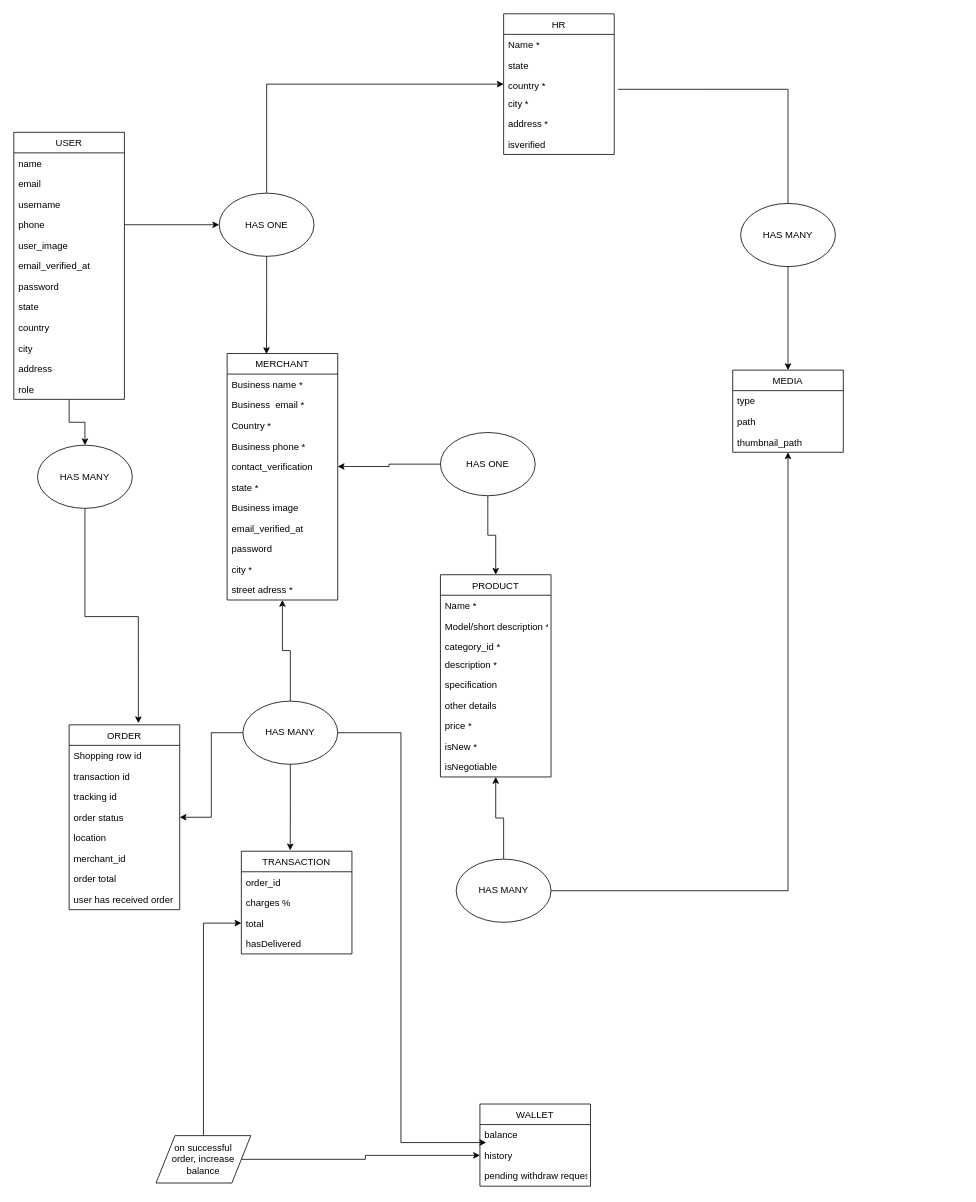
Earlier version of the draw.io diagram draft.drawio (MoshoodRafiu/agentbrainbox). Source tidied: cells renumbered, new cells numbered last; positions are measured from the earlier drawing's top-left corner, leaving out a move shared by most shapes. Both pictures are drawn from the tidied source at 79%, with x=0, y=0 at pixel (13, 13).
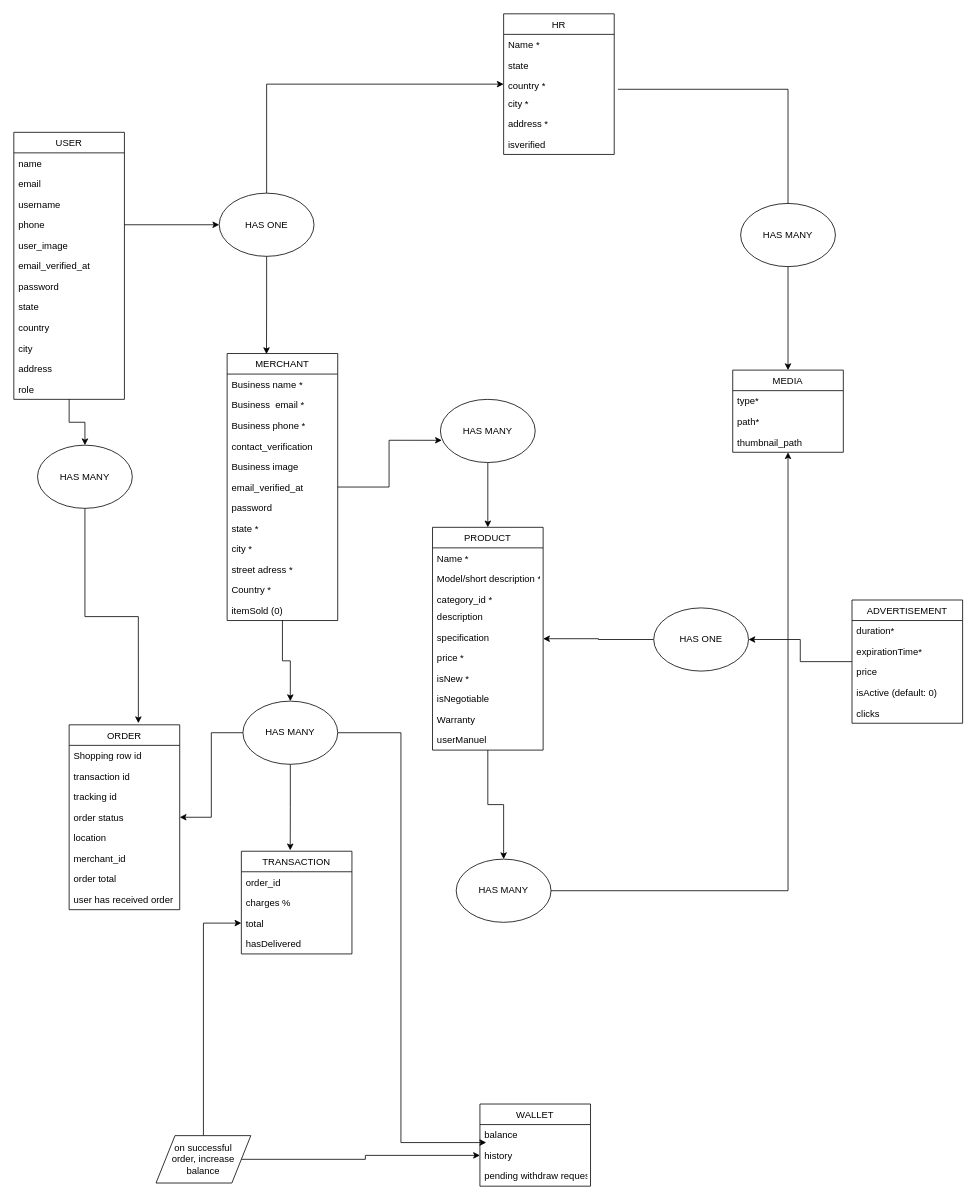
The same diagram, later.

The change refers to these unchanged cells:
```xml
<mxCell id="53" value="HAS MANY" style="ellipse;whiteSpace=wrap;html=1;" parent="1" vertex="1">
  <mxGeometry x="560" y="1070" width="120" height="80" as="geometry" />
</mxCell>
<mxCell id="54" value="MEDIA" style="swimlane;fontStyle=0;horizontal=1;startSize=26;fillColor=none;" parent="1" vertex="1">
  <mxGeometry x="910" y="451" width="140" height="104" as="geometry" />
</mxCell>
<mxCell id="75" value="HAS MANY" style="ellipse;whiteSpace=wrap;html=1;" parent="1" vertex="1">
  <mxGeometry x="290" y="870" width="120" height="80" as="geometry" />
</mxCell>
```

Change to the diagram source:
```diff
@@
+    <mxCell id="89" style="edgeStyle=orthogonalEdgeStyle;rounded=0;jettySize=auto;html=1;entryX=0.015;entryY=0.648;entryDx=0;entryDy=0;entryPerimeter=0;" parent="1" edge="1" source="19" target="33">
+      <mxGeometry relative="1" as="geometry" />
+    </mxCell>
+    <mxCell id="90" style="edgeStyle=orthogonalEdgeStyle;rounded=0;jettySize=auto;html=1;" parent="1" edge="1" source="19" target="75">
+      <mxGeometry relative="1" as="geometry" />
+    </mxCell>
     <mxCell id="19" value="MERCHANT" style="swimlane;fontStyle=0;horizontal=1;startSize=26;fillColor=none;" parent="1" vertex="1">
-      <mxGeometry x="270" y="430" width="140" height="312" as="geometry" />
+      <mxGeometry x="270" y="430" width="140" height="338" as="geometry" />
     </mxCell>
@@
-    <mxCell id="22" value="Country *" style="text;strokeColor=none;fillColor=none;align=left;verticalAlign=top;spacingLeft=4;spacingRight=4;overflow=hidden;" parent="19" vertex="1">
-      <mxGeometry y="78" width="140" height="26" as="geometry" />
-    </mxCell>
     <mxCell id="23" value="Business phone *" style="text;strokeColor=none;fillColor=none;align=left;verticalAlign=top;spacingLeft=4;spacingRight=4;overflow=hidden;" parent="19" vertex="1">
-      <mxGeometry y="104" width="140" height="26" as="geometry" />
+      <mxGeometry y="78" width="140" height="26" as="geometry" />
     </mxCell>
     <mxCell id="24" value="contact_verification&#10;" style="text;strokeColor=none;fillColor=none;align=left;verticalAlign=top;spacingLeft=4;spacingRight=4;overflow=hidden;points=[[0,0.5],[1,0.5]];portConstraint=eastwest;" parent="19" vertex="1">
-      <mxGeometry y="130" width="140" height="26" as="geometry" />
+      <mxGeometry y="104" width="140" height="26" as="geometry" />
     </mxCell>
-    <mxCell id="25" value="state *" style="text;strokeColor=none;fillColor=none;align=left;verticalAlign=top;spacingLeft=4;spacingRight=4;overflow=hidden;" parent="19" vertex="1">
-      <mxGeometry y="156" width="140" height="26" as="geometry" />
-    </mxCell>
     <mxCell id="26" value="Business image&#10;" style="text;strokeColor=none;fillColor=none;align=left;verticalAlign=top;spacingLeft=4;spacingRight=4;overflow=hidden;" parent="19" vertex="1">
-      <mxGeometry y="182" width="140" height="26" as="geometry" />
+      <mxGeometry y="130" width="140" height="26" as="geometry" />
     </mxCell>
     <mxCell id="27" value="email_verified_at&#10;" style="text;strokeColor=none;fillColor=none;align=left;verticalAlign=top;spacingLeft=4;spacingRight=4;overflow=hidden;" parent="19" vertex="1">
-      <mxGeometry y="208" width="140" height="26" as="geometry" />
+      <mxGeometry y="156" width="140" height="26" as="geometry" />
     </mxCell>
     <mxCell id="28" value="password" style="text;strokeColor=none;fillColor=none;align=left;verticalAlign=top;spacingLeft=4;spacingRight=4;overflow=hidden;" parent="19" vertex="1">
-      <mxGeometry y="234" width="140" height="26" as="geometry" />
+      <mxGeometry y="182" width="140" height="26" as="geometry" />
     </mxCell>
+    <mxCell id="25" value="state *" style="text;strokeColor=none;fillColor=none;align=left;verticalAlign=top;spacingLeft=4;spacingRight=4;overflow=hidden;" parent="19" vertex="1">
+      <mxGeometry y="208" width="140" height="26" as="geometry" />
+    </mxCell>
     <mxCell id="29" value="city *" style="text;strokeColor=none;fillColor=none;align=left;verticalAlign=top;spacingLeft=4;spacingRight=4;overflow=hidden;" parent="19" vertex="1">
-      <mxGeometry y="260" width="140" height="26" as="geometry" />
+      <mxGeometry y="234" width="140" height="26" as="geometry" />
     </mxCell>
     <mxCell id="30" value="street adress *" style="text;strokeColor=none;fillColor=none;align=left;verticalAlign=top;spacingLeft=4;spacingRight=4;overflow=hidden;" parent="19" vertex="1">
-      <mxGeometry y="286" width="140" height="26" as="geometry" />
+      <mxGeometry y="260" width="140" height="26" as="geometry" />
     </mxCell>
-    <mxCell id="31" style="edgeStyle=orthogonalEdgeStyle;rounded=0;jettySize=auto;html=1;entryX=1;entryY=0.5;entryDx=0;entryDy=0;" parent="1" edge="1" source="33" target="24">
-      <mxGeometry relative="1" as="geometry" />
-    </mxCell>
+    <mxCell id="22" value="Country *" style="text;strokeColor=none;fillColor=none;align=left;verticalAlign=top;spacingLeft=4;spacingRight=4;overflow=hidden;" parent="19" vertex="1">
+      <mxGeometry y="286" width="140" height="26" as="geometry" />
+    </mxCell>
+    <mxCell id="91" value="itemSold (0)" style="text;strokeColor=none;fillColor=none;align=left;verticalAlign=top;spacingLeft=4;spacingRight=4;overflow=hidden;" parent="19" vertex="1">
+      <mxGeometry y="312" width="140" height="26" as="geometry" />
+    </mxCell>
@@
-    <mxCell id="33" value="HAS ONE" style="ellipse;whiteSpace=wrap;html=1;" parent="1" vertex="1">
-      <mxGeometry x="540" y="530" width="120" height="80" as="geometry" />
+    <mxCell id="33" value="HAS MANY" style="ellipse;whiteSpace=wrap;html=1;" parent="1" vertex="1">
+      <mxGeometry x="540" y="488" width="120" height="80" as="geometry" />
     </mxCell>
@@
-    <mxCell id="41" value="PRODUCT" style="swimlane;fontStyle=0;horizontal=1;startSize=26;fillColor=none;" parent="1" vertex="1">
-      <mxGeometry x="540" y="710" width="140" height="256" as="geometry" />
-    </mxCell>
-    <mxCell id="42" value="Name *" style="text;strokeColor=none;fillColor=none;align=left;verticalAlign=top;spacingLeft=4;spacingRight=4;overflow=hidden;" parent="41" vertex="1">
-      <mxGeometry y="26" width="140" height="26" as="geometry" />
-    </mxCell>
-    <mxCell id="43" value="Model/short description *" style="text;strokeColor=none;fillColor=none;align=left;verticalAlign=top;spacingLeft=4;spacingRight=4;overflow=hidden;" parent="41" vertex="1">
-      <mxGeometry y="52" width="140" height="26" as="geometry" />
-    </mxCell>
-    <mxCell id="44" value="category_id *" style="text;strokeColor=none;fillColor=none;align=left;verticalAlign=top;spacingLeft=4;spacingRight=4;overflow=hidden;" parent="41" vertex="1">
-      <mxGeometry y="78" width="140" height="22" as="geometry" />
-    </mxCell>
-    <mxCell id="45" value="description *" style="text;strokeColor=none;fillColor=none;align=left;verticalAlign=top;spacingLeft=4;spacingRight=4;overflow=hidden;" parent="41" vertex="1">
-      <mxGeometry y="100" width="140" height="26" as="geometry" />
-    </mxCell>
-    <mxCell id="46" value="specification" style="text;strokeColor=none;fillColor=none;align=left;verticalAlign=top;spacingLeft=4;spacingRight=4;overflow=hidden;" parent="41" vertex="1">
-      <mxGeometry y="126" width="140" height="26" as="geometry" />
-    </mxCell>
-    <mxCell id="47" value="other details" style="text;strokeColor=none;fillColor=none;align=left;verticalAlign=top;spacingLeft=4;spacingRight=4;overflow=hidden;" parent="41" vertex="1">
-      <mxGeometry y="152" width="140" height="26" as="geometry" />
-    </mxCell>
-    <mxCell id="48" value="price *" style="text;strokeColor=none;fillColor=none;align=left;verticalAlign=top;spacingLeft=4;spacingRight=4;overflow=hidden;" parent="41" vertex="1">
-      <mxGeometry y="178" width="140" height="26" as="geometry" />
-    </mxCell>
-    <mxCell id="49" value="isNew *" style="text;strokeColor=none;fillColor=none;align=left;verticalAlign=top;spacingLeft=4;spacingRight=4;overflow=hidden;" parent="41" vertex="1">
-      <mxGeometry y="204" width="140" height="26" as="geometry" />
-    </mxCell>
-    <mxCell id="50" value="isNegotiable" style="text;strokeColor=none;fillColor=none;align=left;verticalAlign=top;spacingLeft=4;spacingRight=4;overflow=hidden;" parent="41" vertex="1">
-      <mxGeometry y="230" width="140" height="26" as="geometry" />
-    </mxCell>
-    <mxCell id="51" style="edgeStyle=orthogonalEdgeStyle;rounded=0;jettySize=auto;html=1;" parent="1" edge="1" source="53" target="41">
-      <mxGeometry relative="1" as="geometry" />
-    </mxCell>
@@
-    <mxCell id="55" value="type" style="text;strokeColor=none;fillColor=none;align=left;verticalAlign=top;spacingLeft=4;spacingRight=4;overflow=hidden;" parent="54" vertex="1">
+    <mxCell id="55" value="type*" style="text;strokeColor=none;fillColor=none;align=left;verticalAlign=top;spacingLeft=4;spacingRight=4;overflow=hidden;" parent="54" vertex="1">
       <mxGeometry y="26" width="140" height="26" as="geometry" />
     </mxCell>
-    <mxCell id="56" value="path" style="text;strokeColor=none;fillColor=none;align=left;verticalAlign=top;spacingLeft=4;spacingRight=4;overflow=hidden;" parent="54" vertex="1">
+    <mxCell id="56" value="path*" style="text;strokeColor=none;fillColor=none;align=left;verticalAlign=top;spacingLeft=4;spacingRight=4;overflow=hidden;" parent="54" vertex="1">
       <mxGeometry y="52" width="140" height="26" as="geometry" />
     </mxCell>
@@
-    <mxCell id="71" style="edgeStyle=orthogonalEdgeStyle;rounded=0;jettySize=auto;html=1;" parent="1" edge="1" source="75" target="19">
-      <mxGeometry relative="1" as="geometry" />
-    </mxCell>
@@
+    <mxCell id="92" style="edgeStyle=orthogonalEdgeStyle;rounded=0;jettySize=auto;html=1;entryX=0.5;entryY=0;entryDx=0;entryDy=0;" parent="1" edge="1" source="41" target="53">
+      <mxGeometry relative="1" as="geometry" />
+    </mxCell>
+    <mxCell id="41" value="PRODUCT" style="swimlane;fontStyle=0;horizontal=1;startSize=26;fillColor=none;" parent="1" vertex="1">
+      <mxGeometry x="530" y="650" width="140" height="282" as="geometry" />
+    </mxCell>
+    <mxCell id="42" value="Name *" style="text;strokeColor=none;fillColor=none;align=left;verticalAlign=top;spacingLeft=4;spacingRight=4;overflow=hidden;" parent="41" vertex="1">
+      <mxGeometry y="26" width="140" height="26" as="geometry" />
+    </mxCell>
+    <mxCell id="43" value="Model/short description *" style="text;strokeColor=none;fillColor=none;align=left;verticalAlign=top;spacingLeft=4;spacingRight=4;overflow=hidden;" parent="41" vertex="1">
+      <mxGeometry y="52" width="140" height="26" as="geometry" />
+    </mxCell>
+    <mxCell id="44" value="category_id *" style="text;strokeColor=none;fillColor=none;align=left;verticalAlign=top;spacingLeft=4;spacingRight=4;overflow=hidden;" parent="41" vertex="1">
+      <mxGeometry y="78" width="140" height="22" as="geometry" />
+    </mxCell>
+    <mxCell id="45" value="description " style="text;strokeColor=none;fillColor=none;align=left;verticalAlign=top;spacingLeft=4;spacingRight=4;overflow=hidden;" parent="41" vertex="1">
+      <mxGeometry y="100" width="140" height="26" as="geometry" />
+    </mxCell>
+    <mxCell id="46" value="specification" style="text;strokeColor=none;fillColor=none;align=left;verticalAlign=top;spacingLeft=4;spacingRight=4;overflow=hidden;" parent="41" vertex="1">
+      <mxGeometry y="126" width="140" height="26" as="geometry" />
+    </mxCell>
+    <mxCell id="48" value="price *" style="text;strokeColor=none;fillColor=none;align=left;verticalAlign=top;spacingLeft=4;spacingRight=4;overflow=hidden;" parent="41" vertex="1">
+      <mxGeometry y="152" width="140" height="26" as="geometry" />
+    </mxCell>
+    <mxCell id="49" value="isNew *" style="text;strokeColor=none;fillColor=none;align=left;verticalAlign=top;spacingLeft=4;spacingRight=4;overflow=hidden;" parent="41" vertex="1">
+      <mxGeometry y="178" width="140" height="26" as="geometry" />
+    </mxCell>
+    <mxCell id="50" value="isNegotiable" style="text;strokeColor=none;fillColor=none;align=left;verticalAlign=top;spacingLeft=4;spacingRight=4;overflow=hidden;" parent="41" vertex="1">
+      <mxGeometry y="204" width="140" height="26" as="geometry" />
+    </mxCell>
+    <mxCell id="93" value="Warranty" style="text;strokeColor=none;fillColor=none;align=left;verticalAlign=top;spacingLeft=4;spacingRight=4;overflow=hidden;" parent="41" vertex="1">
+      <mxGeometry y="230" width="140" height="26" as="geometry" />
+    </mxCell>
+    <mxCell id="94" value="userManuel" style="text;strokeColor=none;fillColor=none;align=left;verticalAlign=top;spacingLeft=4;spacingRight=4;overflow=hidden;" parent="41" vertex="1">
+      <mxGeometry y="256" width="140" height="26" as="geometry" />
+    </mxCell>
@@
+    <mxCell id="95" style="edgeStyle=orthogonalEdgeStyle;rounded=0;jettySize=auto;html=1;" parent="1" edge="1" source="96" target="103">
+      <mxGeometry relative="1" as="geometry" />
+    </mxCell>
+    <mxCell id="96" value="ADVERTISEMENT" style="swimlane;fontStyle=0;horizontal=1;startSize=26;fillColor=none;" parent="1" vertex="1">
+      <mxGeometry x="1061" y="742" width="140" height="156" as="geometry" />
+    </mxCell>
+    <mxCell id="97" value="duration*" style="text;strokeColor=none;fillColor=none;align=left;verticalAlign=top;spacingLeft=4;spacingRight=4;overflow=hidden;" parent="96" vertex="1">
+      <mxGeometry y="26" width="140" height="26" as="geometry" />
+    </mxCell>
+    <mxCell id="98" value="expirationTime*" style="text;strokeColor=none;fillColor=none;align=left;verticalAlign=top;spacingLeft=4;spacingRight=4;overflow=hidden;" parent="96" vertex="1">
+      <mxGeometry y="52" width="140" height="26" as="geometry" />
+    </mxCell>
+    <mxCell id="99" value="price" style="text;strokeColor=none;fillColor=none;align=left;verticalAlign=top;spacingLeft=4;spacingRight=4;overflow=hidden;" parent="96" vertex="1">
+      <mxGeometry y="78" width="140" height="26" as="geometry" />
+    </mxCell>
+    <mxCell id="100" value="isActive (default: 0)" style="text;strokeColor=none;fillColor=none;align=left;verticalAlign=top;spacingLeft=4;spacingRight=4;overflow=hidden;" parent="96" vertex="1">
+      <mxGeometry y="104" width="140" height="26" as="geometry" />
+    </mxCell>
+    <mxCell id="101" value="clicks" style="text;strokeColor=none;fillColor=none;align=left;verticalAlign=top;spacingLeft=4;spacingRight=4;overflow=hidden;" parent="96" vertex="1">
+      <mxGeometry y="130" width="140" height="26" as="geometry" />
+    </mxCell>
@@
+    <mxCell id="102" style="edgeStyle=orthogonalEdgeStyle;rounded=0;jettySize=auto;html=1;" parent="1" edge="1" source="103" target="41">
+      <mxGeometry relative="1" as="geometry" />
+    </mxCell>
+    <mxCell id="103" value="HAS ONE" style="ellipse;whiteSpace=wrap;html=1;" parent="1" vertex="1">
+      <mxGeometry x="810" y="752" width="120" height="80" as="geometry" />
+    </mxCell>
```
